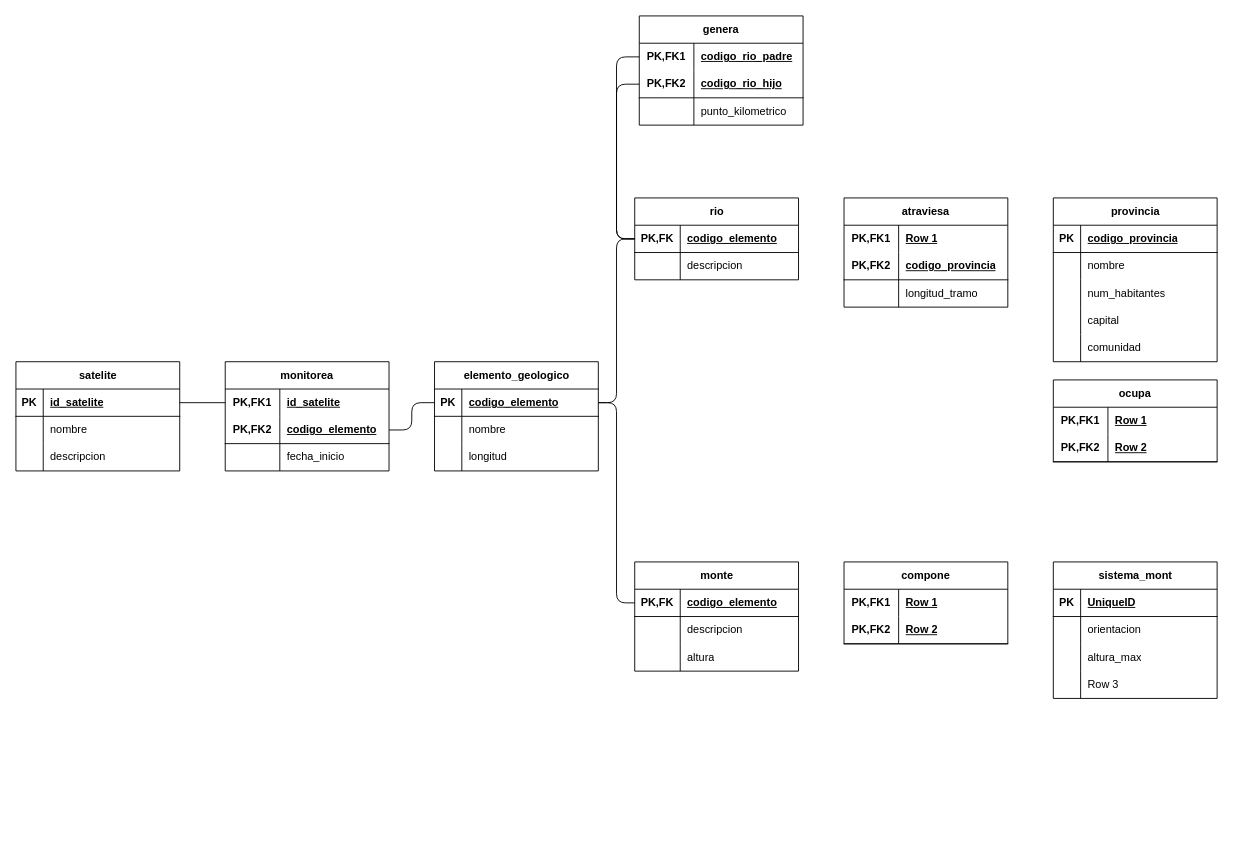
xmr-p/DatabaseCharts keeps this draw.io diagram as Act-3-2.drawio. Above is the earlier version. Source tidied: cells renumbered, new cells numbered last; positions are measured from the earlier drawing's top-left corner, leaving out a move shared by most shapes. Both pictures are drawn from the tidied source at 91%, with x=0, y=0 at pixel (15, 15).
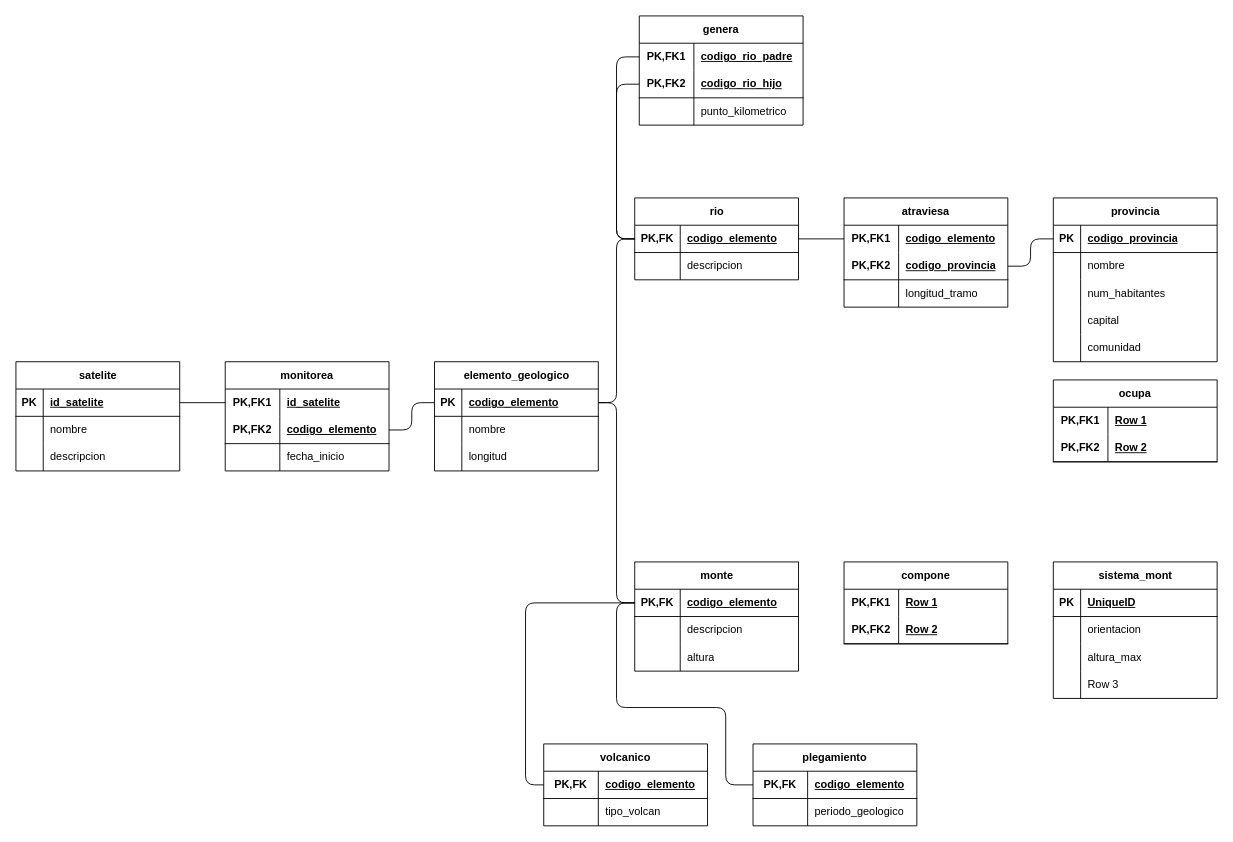
The same page after the edit.

Unchanged cells that the change refers to:
```xml
<mxCell id="3" style="shape=tableRow;horizontal=0;startSize=0;swimlaneHead=0;swimlaneBody=0;fillColor=none;points=[[0,0.5],[1,0.5]];portConstraint=eastwest;top=0;left=0;right=0;bottom=1;" parent="2" vertex="1">
  <mxGeometry y="30" width="180" height="30" as="geometry" />
</mxCell>
<mxCell id="19" style="shape=tableRow;horizontal=0;startSize=0;swimlaneHead=0;swimlaneBody=0;fillColor=none;points=[[0,0.5],[1,0.5]];portConstraint=eastwest;top=0;left=0;right=0;bottom=1;" parent="18" vertex="1">
  <mxGeometry y="30" width="180" height="30" as="geometry" />
</mxCell>
<mxCell id="56" style="shape=tableRow;horizontal=0;startSize=0;swimlaneHead=0;swimlaneBody=0;fillColor=none;points=[[0,0.5],[1,0.5]];portConstraint=eastwest;top=0;left=0;right=0;bottom=0;html=1;" parent="55" vertex="1">
  <mxGeometry y="30" width="180" height="30" as="geometry" />
</mxCell>
<mxCell id="59" style="shape=tableRow;horizontal=0;startSize=0;swimlaneHead=0;swimlaneBody=0;fillColor=none;points=[[0,0.5],[1,0.5]];portConstraint=eastwest;top=0;left=0;right=0;bottom=1;html=1;" parent="55" vertex="1">
  <mxGeometry y="60" width="180" height="30" as="geometry" />
</mxCell>
<mxCell id="66" style="shape=tableRow;horizontal=0;startSize=0;swimlaneHead=0;swimlaneBody=0;fillColor=none;points=[[0,0.5],[1,0.5]];portConstraint=eastwest;top=0;left=0;right=0;bottom=1;" parent="65" vertex="1">
  <mxGeometry y="30" width="180" height="30" as="geometry" />
</mxCell>
```

What changed in the source:
```diff
@@
-    <mxCell id="58" value="Row 1" style="shape=partialRectangle;fillColor=none;top=0;left=0;bottom=0;right=0;align=left;spacingLeft=6;fontStyle=5;overflow=hidden;html=1;whiteSpace=wrap;" parent="56" vertex="1">
+    <mxCell id="58" value="codigo_elemento" style="shape=partialRectangle;fillColor=none;top=0;left=0;bottom=0;right=0;align=left;spacingLeft=6;fontStyle=5;overflow=hidden;html=1;whiteSpace=wrap;" parent="56" vertex="1">
       <mxGeometry x="60" width="120" height="30" as="geometry" />
     </mxCell>
@@
+    <mxCell id="118" style="edgeStyle=orthogonalEdgeStyle;rounded=1;jettySize=auto;html=1;exitX=1;exitY=0.5;exitDx=0;exitDy=0;entryX=0;entryY=0.5;entryDx=0;entryDy=0;curved=0;endArrow=none;endFill=0;" parent="1" edge="1" source="66" target="56">
+      <mxGeometry relative="1" as="geometry" />
+    </mxCell>
+    <mxCell id="119" style="edgeStyle=orthogonalEdgeStyle;rounded=1;jettySize=auto;html=1;exitX=1;exitY=0.5;exitDx=0;exitDy=0;entryX=0;entryY=0.5;entryDx=0;entryDy=0;curved=0;endArrow=none;endFill=0;" parent="1" edge="1" source="59" target="3">
+      <mxGeometry relative="1" as="geometry" />
+    </mxCell>
+    <mxCell id="120" value="volcanico" style="shape=table;startSize=30;childLayout=tableLayout;rowLines=0;fontStyle=1;align=center;html=1;whiteSpace=wrap;" parent="1" vertex="1">
+      <mxGeometry x="580" y="800" width="180" height="90" as="geometry" />
+    </mxCell>
+    <mxCell id="121" style="shape=tableRow;horizontal=0;startSize=0;swimlaneHead=0;swimlaneBody=0;fillColor=none;points=[[0,0.5],[1,0.5]];portConstraint=eastwest;top=0;left=0;right=0;bottom=1;html=1;" parent="120" vertex="1">
+      <mxGeometry y="30" width="180" height="30" as="geometry" />
+    </mxCell>
+    <mxCell id="122" value="PK,FK" style="shape=partialRectangle;fillColor=none;top=0;left=0;bottom=0;right=0;fontStyle=1;overflow=hidden;html=1;whiteSpace=wrap;" parent="121" vertex="1">
+      <mxGeometry width="60" height="30" as="geometry" />
+    </mxCell>
+    <mxCell id="123" value="codigo_elemento" style="shape=partialRectangle;fillColor=none;top=0;left=0;bottom=0;right=0;align=left;spacingLeft=6;fontStyle=5;overflow=hidden;html=1;whiteSpace=wrap;" parent="121" vertex="1">
+      <mxGeometry x="60" width="120" height="30" as="geometry" />
+    </mxCell>
+    <mxCell id="124" style="shape=tableRow;horizontal=0;startSize=0;swimlaneHead=0;swimlaneBody=0;fillColor=none;top=0;left=0;right=0;bottom=0;html=1;" parent="120" vertex="1">
+      <mxGeometry y="60" width="180" height="30" as="geometry" />
+    </mxCell>
+    <mxCell id="125" style="shape=partialRectangle;fillColor=none;top=0;left=0;bottom=0;right=0;overflow=hidden;html=1;whiteSpace=wrap;" parent="124" vertex="1">
+      <mxGeometry width="60" height="30" as="geometry" />
+    </mxCell>
+    <mxCell id="126" value="tipo_volcan" style="shape=partialRectangle;fillColor=none;top=0;left=0;bottom=0;right=0;align=left;spacingLeft=6;overflow=hidden;html=1;whiteSpace=wrap;" parent="124" vertex="1">
+      <mxGeometry x="60" width="120" height="30" as="geometry" />
+    </mxCell>
+    <mxCell id="127" value="plegamiento" style="shape=table;startSize=30;childLayout=tableLayout;rowLines=0;fontStyle=1;align=center;html=1;whiteSpace=wrap;" parent="1" vertex="1">
+      <mxGeometry x="810" y="800" width="180" height="90" as="geometry" />
+    </mxCell>
+    <mxCell id="128" style="shape=tableRow;horizontal=0;startSize=0;swimlaneHead=0;swimlaneBody=0;fillColor=none;points=[[0,0.5],[1,0.5]];portConstraint=eastwest;top=0;left=0;right=0;bottom=1;html=1;" parent="127" vertex="1">
+      <mxGeometry y="30" width="180" height="30" as="geometry" />
+    </mxCell>
+    <mxCell id="129" value="PK,FK" style="shape=partialRectangle;fillColor=none;top=0;left=0;bottom=0;right=0;fontStyle=1;overflow=hidden;html=1;whiteSpace=wrap;" parent="128" vertex="1">
+      <mxGeometry width="60" height="30" as="geometry" />
+    </mxCell>
+    <mxCell id="130" value="codigo_elemento" style="shape=partialRectangle;fillColor=none;top=0;left=0;bottom=0;right=0;align=left;spacingLeft=6;fontStyle=5;overflow=hidden;html=1;whiteSpace=wrap;" parent="128" vertex="1">
+      <mxGeometry x="60" width="120" height="30" as="geometry" />
+    </mxCell>
+    <mxCell id="131" style="shape=tableRow;horizontal=0;startSize=0;swimlaneHead=0;swimlaneBody=0;fillColor=none;top=0;left=0;right=0;bottom=0;html=1;" parent="127" vertex="1">
+      <mxGeometry y="60" width="180" height="30" as="geometry" />
+    </mxCell>
+    <mxCell id="132" style="shape=partialRectangle;fillColor=none;top=0;left=0;bottom=0;right=0;overflow=hidden;html=1;whiteSpace=wrap;" parent="131" vertex="1">
+      <mxGeometry width="60" height="30" as="geometry" />
+    </mxCell>
+    <mxCell id="133" value="periodo_geologico" style="shape=partialRectangle;fillColor=none;top=0;left=0;bottom=0;right=0;align=left;spacingLeft=6;overflow=hidden;html=1;whiteSpace=wrap;" parent="131" vertex="1">
+      <mxGeometry x="60" width="120" height="30" as="geometry" />
+    </mxCell>
+    <mxCell id="134" style="edgeStyle=orthogonalEdgeStyle;rounded=1;jettySize=auto;html=1;exitX=0;exitY=0.5;exitDx=0;exitDy=0;entryX=0;entryY=0.5;entryDx=0;entryDy=0;curved=0;endArrow=none;endFill=0;" parent="1" edge="1" source="121" target="19">
+      <mxGeometry relative="1" as="geometry" />
+    </mxCell>
+    <mxCell id="135" style="edgeStyle=orthogonalEdgeStyle;rounded=1;jettySize=auto;html=1;exitX=0;exitY=0.5;exitDx=0;exitDy=0;entryX=0;entryY=0.5;entryDx=0;entryDy=0;curved=0;endArrow=none;endFill=0;" parent="1" edge="1" source="128" target="19">
+      <mxGeometry relative="1" as="geometry">
+        <Array as="points">
+          <mxPoint x="780" y="845" />
+          <mxPoint x="780" y="760" />
+          <mxPoint x="660" y="760" />
+          <mxPoint x="660" y="645" />
+        </Array>
+      </mxGeometry>
+    </mxCell>
```
